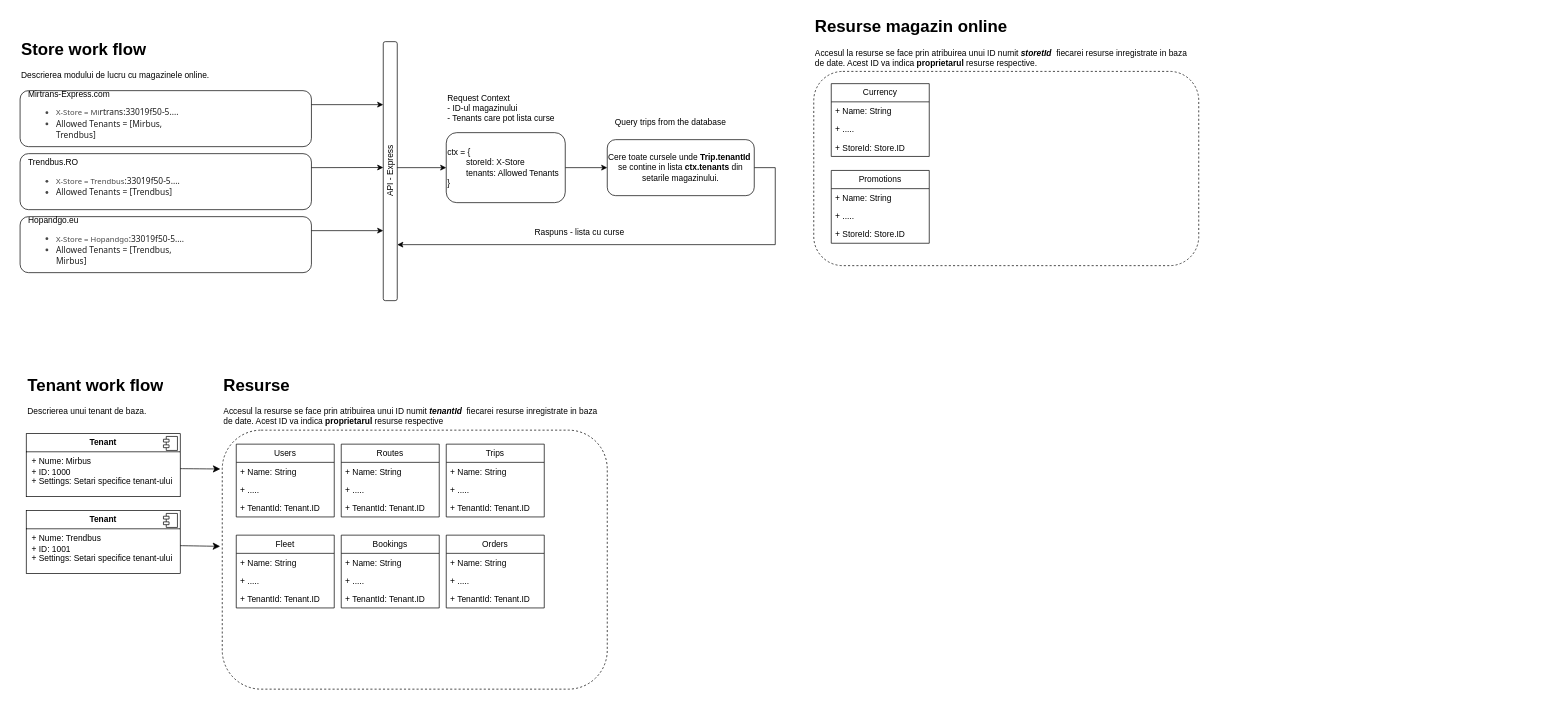
Earlier version of the draw.io diagram page "Multitenant big concept" (5 of 5) of GBS/GBS_Booking_flow.drawio (maxCheptea/Diagrams). Source tidied: cells renumbered, new cells numbered last; positions are measured from the earlier drawing's top-left corner, leaving out a move shared by most shapes. Both pictures are drawn from the tidied source at 70%, with x=0, y=0 at pixel (12, 12).
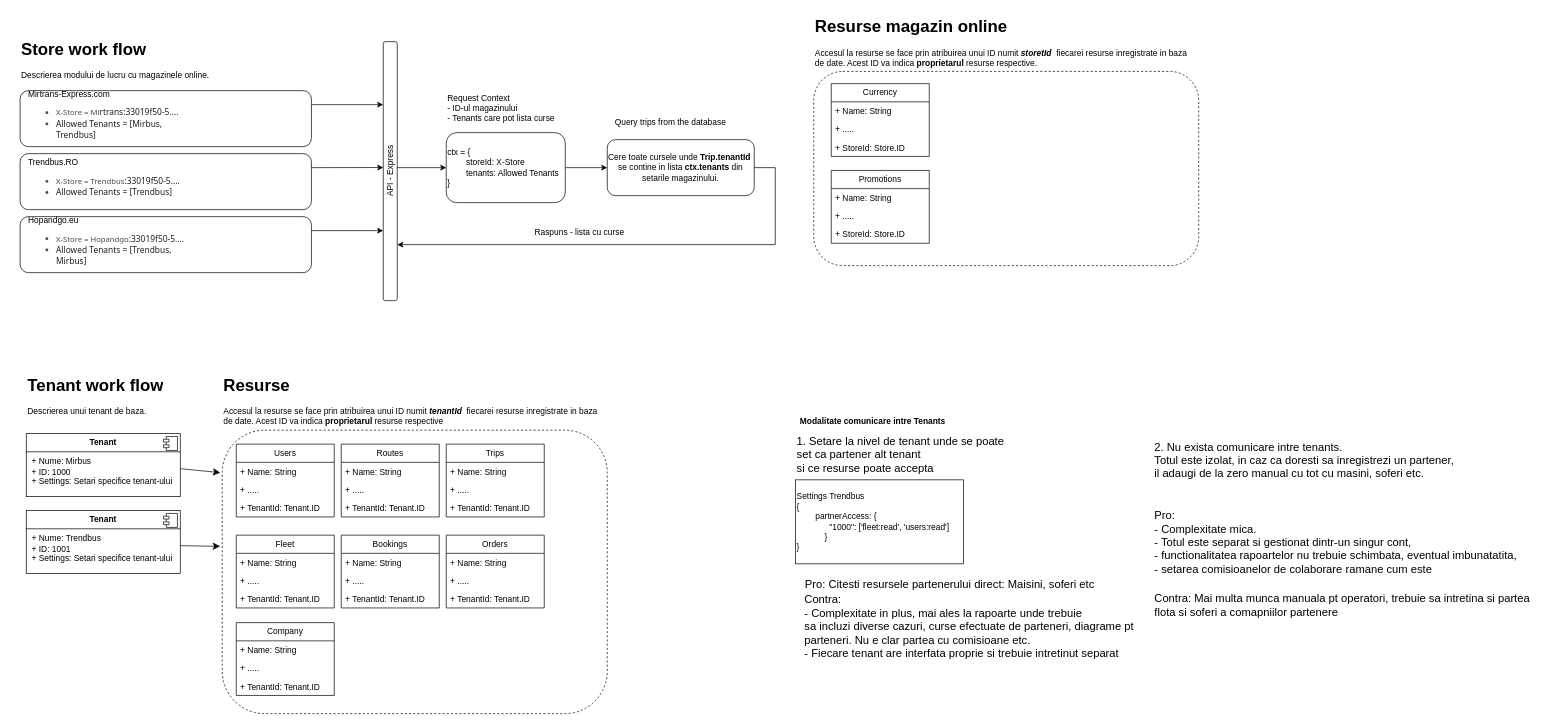
Above is the later version.

Change to the diagram source:
```diff
@@
     <mxCell id="20" style="rounded=1;whiteSpace=wrap;html=1;dashed=1;fillStyle=auto;fillColor=none;" parent="1" vertex="1">
-      <mxGeometry x="300" y="597" width="550" height="370" as="geometry" />
+      <mxGeometry x="300" y="597" width="550" height="405" as="geometry" />
     </mxCell>
@@
+    <mxCell id="62" value="Company" style="swimlane;fontStyle=0;horizontal=1;startSize=26;fillColor=none;whiteSpace=wrap;html=1;" parent="1" vertex="1">
+      <mxGeometry x="320" y="872" width="140" height="104" as="geometry" />
+    </mxCell>
+    <mxCell id="63" value="+ Name: String" style="text;strokeColor=none;fillColor=none;align=left;verticalAlign=top;spacingLeft=4;spacingRight=4;overflow=hidden;whiteSpace=wrap;html=1;" parent="62" vertex="1">
+      <mxGeometry y="26" width="140" height="26" as="geometry" />
+    </mxCell>
+    <mxCell id="64" value="+ ....." style="text;strokeColor=none;fillColor=none;align=left;verticalAlign=top;spacingLeft=4;spacingRight=4;overflow=hidden;whiteSpace=wrap;html=1;" parent="62" vertex="1">
+      <mxGeometry y="52" width="140" height="26" as="geometry" />
+    </mxCell>
+    <mxCell id="65" value="+ TenantId: Tenant.ID" style="text;strokeColor=none;fillColor=none;align=left;verticalAlign=top;spacingLeft=4;spacingRight=4;overflow=hidden;whiteSpace=wrap;html=1;" parent="62" vertex="1">
+      <mxGeometry y="78" width="140" height="26" as="geometry" />
+    </mxCell>
+    <mxCell id="66" value="Settings Trendbus&lt;div&gt;{&lt;/div&gt;&lt;div&gt;&lt;span style=&quot;white-space: pre;&quot;&gt;&#9;&lt;/span&gt;partnerAccess:&amp;nbsp;&lt;span style=&quot;background-color: transparent;&quot;&gt;{&lt;/span&gt;&lt;/div&gt;&lt;blockquote style=&quot;margin: 0 0 0 40px; border: none; padding: 0px;&quot;&gt;&lt;div&gt;&lt;div&gt;&amp;nbsp; &quot;1000&quot;: ['fleet:read', 'users:read']&lt;/div&gt;&lt;/div&gt;&lt;div&gt;&lt;div&gt;&lt;span style=&quot;background-color: transparent; color: light-dark(rgb(0, 0, 0), rgb(255, 255, 255));&quot;&gt;}&lt;/span&gt;&lt;/div&gt;&lt;/div&gt;&lt;/blockquote&gt;&lt;div&gt;}&lt;/div&gt;" style="html=1;whiteSpace=wrap;align=left;" parent="1" vertex="1">
+      <mxGeometry x="1119" y="668" width="240" height="120" as="geometry" />
+    </mxCell>
+    <mxCell id="67" value="Modalitate comunicare intre Tenants" style="text;align=center;fontStyle=1;verticalAlign=middle;spacingLeft=3;spacingRight=3;strokeColor=none;html=1;" parent="1" vertex="1">
+      <mxGeometry x="1119" y="572" width="220" height="26" as="geometry" />
+    </mxCell>
+    <mxCell id="68" value="1. Setare la nivel de tenant unde se poate&amp;nbsp;&lt;div&gt;set ca partener alt tenant&amp;nbsp;&lt;/div&gt;&lt;div&gt;si ce resurse poate&amp;nbsp;&lt;span style=&quot;background-color: transparent; color: light-dark(rgb(0, 0, 0), rgb(255, 255, 255));&quot;&gt;accepta&lt;/span&gt;&lt;/div&gt;&lt;div&gt;&lt;div&gt;&lt;span style=&quot;background-color: transparent; color: light-dark(rgb(0, 0, 0), rgb(255, 255, 255));&quot;&gt;&amp;nbsp;&lt;/span&gt;&lt;/div&gt;&lt;/div&gt;" style="text;html=1;align=left;verticalAlign=middle;strokeColor=none;fillColor=none;fontSize=16;" parent="1" vertex="1">
+      <mxGeometry x="1119" y="597" width="320" height="90" as="geometry" />
+    </mxCell>
+    <mxCell id="69" value="Pro: Citesti resursele partenerului direct: Maisini, soferi etc" style="text;html=1;align=center;verticalAlign=middle;strokeColor=none;fillColor=none;fontSize=16;" parent="1" vertex="1">
+      <mxGeometry x="1119" y="802" width="440" height="30" as="geometry" />
+    </mxCell>
+    <mxCell id="70" value="Contra: &lt;br&gt;- Complexitate in plus, mai ales la rapoarte unde trebuie&lt;div&gt;sa incluzi diverse cazuri, curse efectuate de parteneri, diagrame pt&lt;/div&gt;&lt;div&gt;parteneri. Nu e clar partea cu comisioane etc.&lt;br&gt;- Fiecare tenant are interfata proprie si trebuie intretinut separat&lt;br&gt;&lt;div&gt;&lt;br&gt;&lt;/div&gt;&lt;/div&gt;" style="text;html=1;align=left;verticalAlign=middle;strokeColor=none;fillColor=none;fontSize=16;" parent="1" vertex="1">
+      <mxGeometry x="1130" y="822" width="490" height="130" as="geometry" />
+    </mxCell>
+    <mxCell id="71" value="2. Nu exista comunicare intre tenants.&amp;nbsp;&lt;br&gt;Totul este izolat, in caz ca doresti sa inregistrezi un partener,&lt;div&gt;il adaugi de la zero manual cu tot cu masini, soferi etc.&lt;/div&gt;&lt;div&gt;&lt;br&gt;&lt;/div&gt;&lt;div&gt;&lt;br&gt;&lt;div&gt;&lt;div&gt;&lt;span style=&quot;background-color: transparent; color: light-dark(rgb(0, 0, 0), rgb(255, 255, 255));&quot;&gt;&amp;nbsp;&lt;/span&gt;&lt;/div&gt;&lt;/div&gt;&lt;/div&gt;" style="text;html=1;align=left;verticalAlign=middle;strokeColor=none;fillColor=none;fontSize=16;" parent="1" vertex="1">
+      <mxGeometry x="1630" y="604" width="450" height="130" as="geometry" />
+    </mxCell>
+    <mxCell id="72" value="Pro:&lt;br&gt;- Complexitate mica.&amp;nbsp;&lt;div&gt;- Totul este separat si gestionat dintr-un singur cont,&lt;br&gt;- functionalitatea rapoartelor nu trebuie schimbata, eventual imbunatatita,&lt;div&gt;- setarea comisioanelor de colaborare ramane cum este&lt;/div&gt;&lt;/div&gt;" style="text;html=1;align=left;verticalAlign=middle;strokeColor=none;fillColor=none;fontSize=16;" parent="1" vertex="1">
+      <mxGeometry x="1630" y="702" width="540" height="110" as="geometry" />
+    </mxCell>
+    <mxCell id="73" value="Contra: Mai multa munca manuala pt operatori, trebuie sa intretina si partea&lt;div&gt;flota si soferi a comapniilor partenere&lt;/div&gt;" style="text;html=1;align=left;verticalAlign=middle;strokeColor=none;fillColor=none;fontSize=16;" parent="1" vertex="1">
+      <mxGeometry x="1630" y="822" width="560" height="50" as="geometry" />
+    </mxCell>
```
